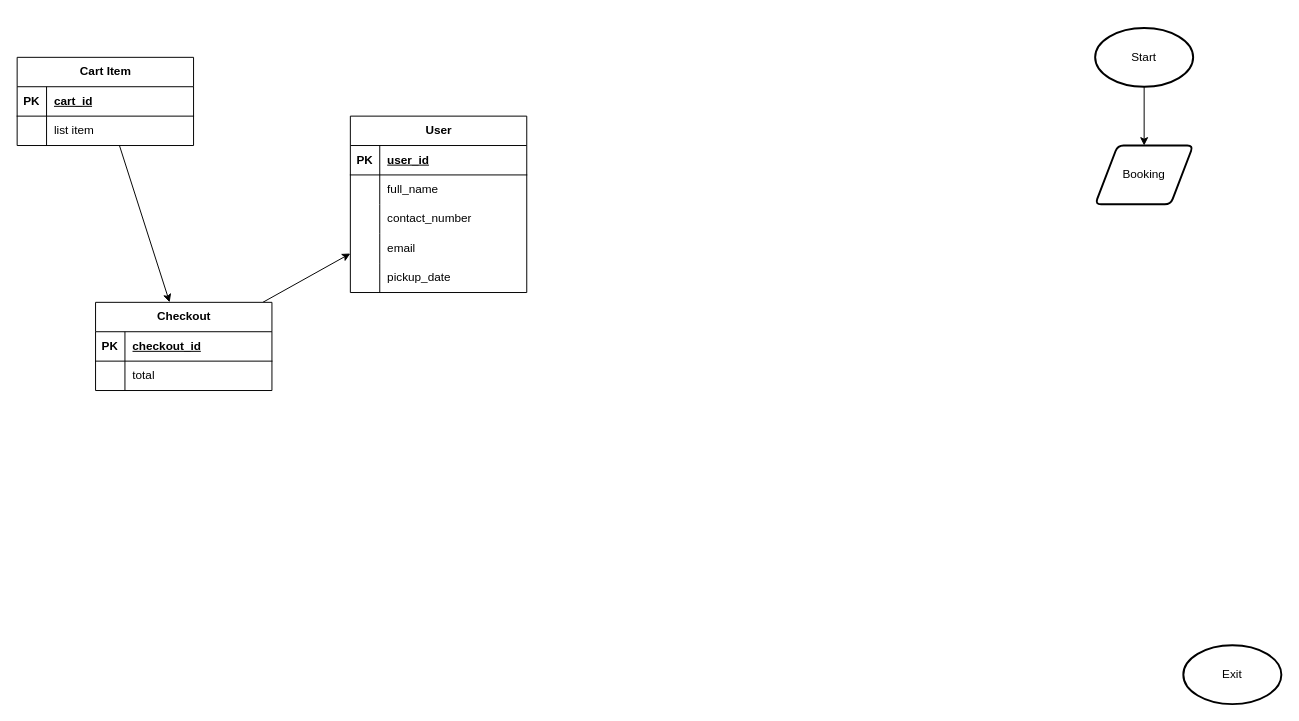
Before: src/database/database.drawio in redaganan/bookquet-system-backend, a draw.io diagram. Source tidied: cells renumbered, new cells numbered last; positions are measured from the earlier drawing's top-left corner, leaving out a move shared by most shapes. Both pictures are drawn from the tidied source at 98%, with x=0, y=0 at pixel (17, 27).
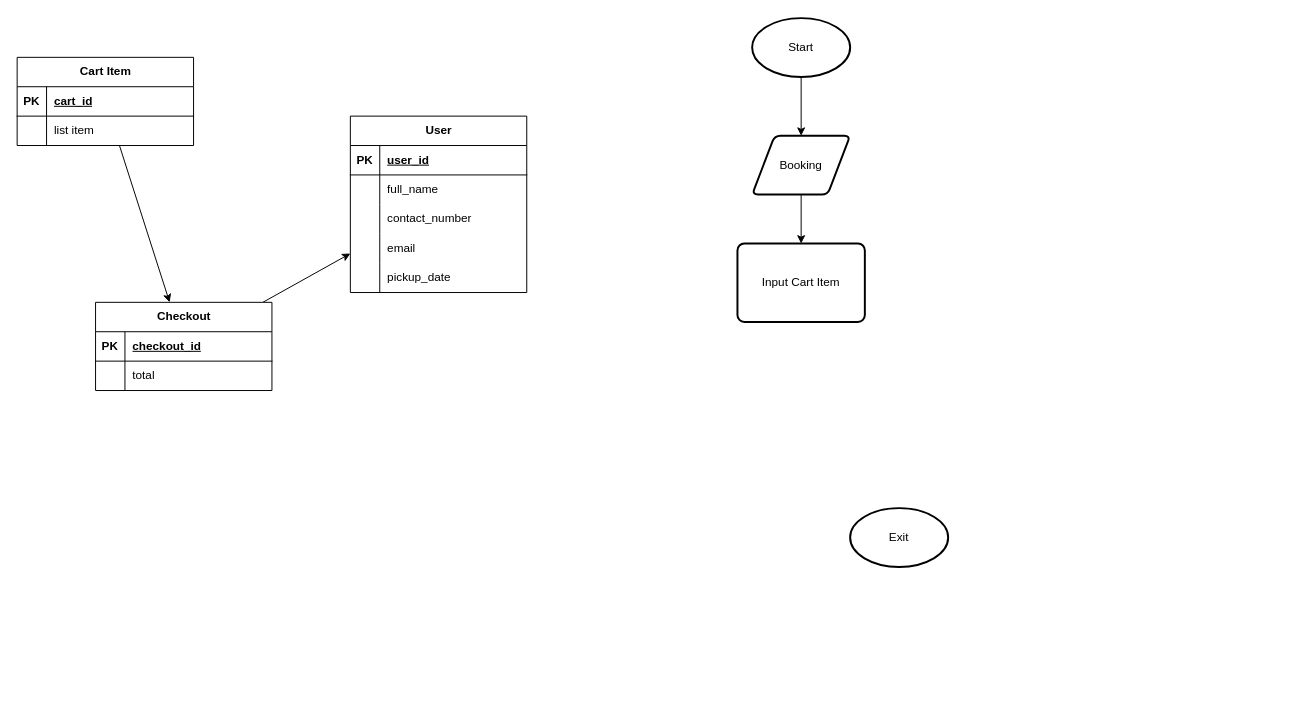
Above is the later version.

Commit message:
update: enhance database diagram with layout adjustments and additional entities

The edit, as a diff of the source:
```diff
@@
     <mxCell id="19" value="Start" style="strokeWidth=2;html=1;shape=mxgraph.flowchart.start_1;whiteSpace=wrap;" parent="1" vertex="1">
-      <mxGeometry x="1100" width="100" height="60" as="geometry" />
+      <mxGeometry x="750" y="-10" width="100" height="60" as="geometry" />
     </mxCell>
     <mxCell id="20" value="Exit" style="strokeWidth=2;html=1;shape=mxgraph.flowchart.start_1;whiteSpace=wrap;" parent="1" vertex="1">
-      <mxGeometry x="1190" y="630" width="100" height="60" as="geometry" />
+      <mxGeometry x="850" y="490" width="100" height="60" as="geometry" />
     </mxCell>
+    <mxCell id="38" style="edgeStyle=none;html=1;" parent="1" edge="1" source="21" target="39">
+      <mxGeometry relative="1" as="geometry" />
+    </mxCell>
     <mxCell id="21" value="Booking" style="shape=parallelogram;html=1;strokeWidth=2;perimeter=parallelogramPerimeter;whiteSpace=wrap;rounded=1;arcSize=12;size=0.23;" parent="1" vertex="1">
-      <mxGeometry x="1100" y="120" width="100" height="60" as="geometry" />
+      <mxGeometry x="750" y="110" width="100" height="60" as="geometry" />
     </mxCell>
@@
+    <mxCell id="39" value="Input Cart Item" style="rounded=1;whiteSpace=wrap;html=1;absoluteArcSize=1;arcSize=14;strokeWidth=2;" parent="1" vertex="1">
+      <mxGeometry x="735" y="220" width="130" height="80" as="geometry" />
+    </mxCell>
```
